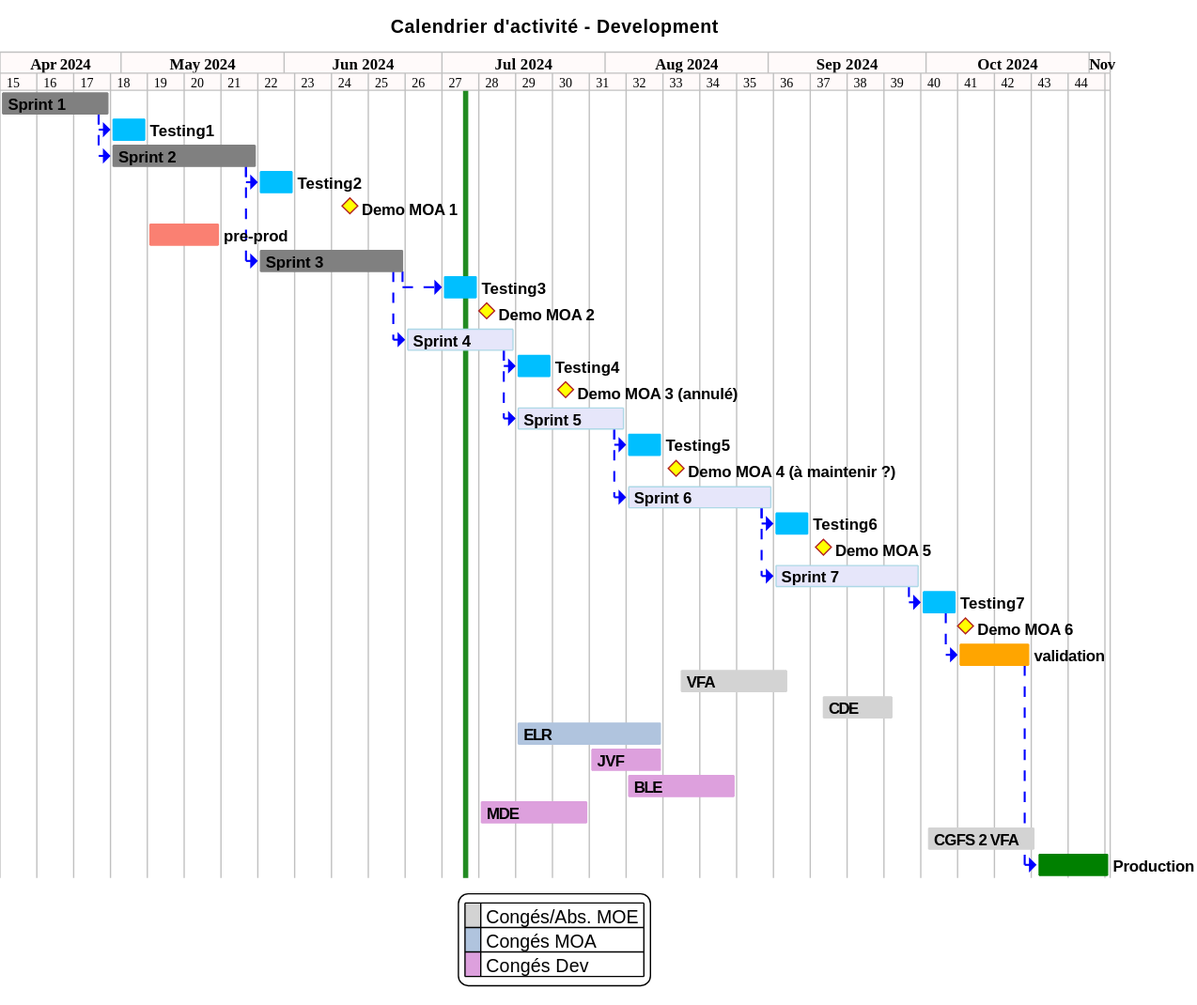
The PlantUML diagram projects/activity-calendar/not/images/refonte-activity-calendar-planning-sprints.svg in sumaris-net/sumaris-doc, before a commit.
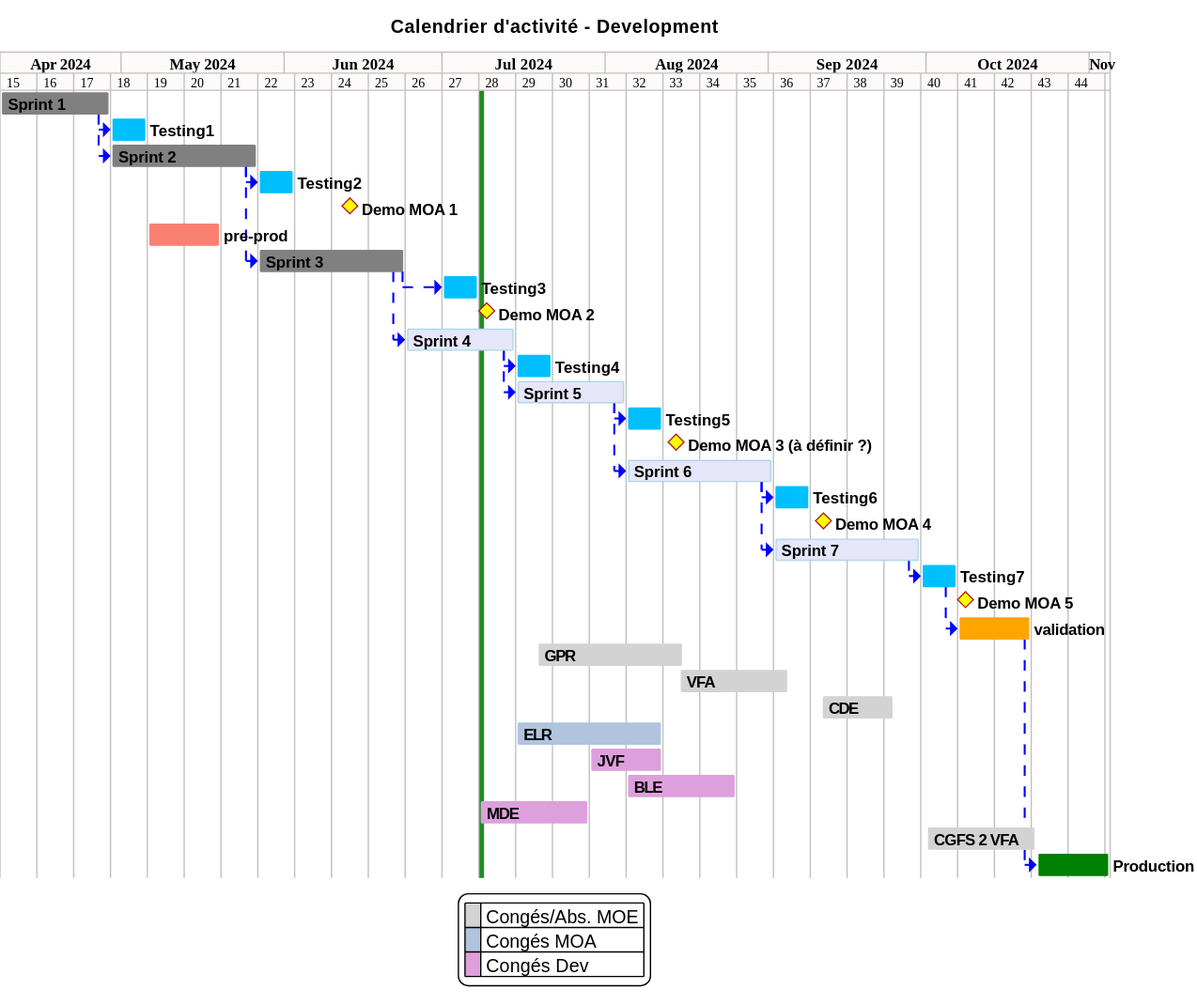
The same file after the commit.

Commit message:
[enh] Update ActiFlot, ObsVentes V2 planning and MOA demo

Change to the diagram source:
```diff
@@ -100,35 +100,37 @@
 [TASK3]->[TASK4]
 [Testing4] requires 1 week
 [TASK4]->[Testing4]
-[Demo MOA 3 (annulé)] happens 3 day after [Testing4]'s end
+
 
 [Sprint 5] as [TASK5] requires 3 weeks
 [TASK5] is colored in Lavender/LightBlue
 [TASK4]->[TASK5]
 [Testing5] requires 1 week and starts the 5th of August 2024
 [TASK5]->[Testing5]
-[Demo MOA 4 (à maintenir ?)] happens 3 day after [Testing5]'s end
+[Demo MOA 3 (à définir ?)] happens 3 day after [Testing5]'s end
 
 [Sprint 6] as [TASK6] requires 4 weeks and starts the 5th of August 2024
 [TASK6] is colored in Lavender/LightBlue
 [TASK5]->[TASK6]
 [Testing6] requires 1 week
 [TASK6]->[Testing6]
-[Demo MOA 5] happens 3 day after [Testing6]'s end
+[Demo MOA 4] happens 3 day after [Testing6]'s end
 
 [Sprint 7] as [TASK7] requires 4 weeks and starts the 2th of September 2024
 [TASK7] is colored in Lavender/LightBlue
 [TASK6]->[TASK7]
 [TASK7]->[Testing7]
 [Testing7] requires 1 week and starts the 22th of September 2024
-[Demo MOA 6] happens 2 day after [Testing7]'s end
+[Demo MOA 5] happens 2 day after [Testing7]'s end
 
 [validation] as [VAL] requires 2 week and starts the 1th of October 2024
 [VAL] is colored in orange
 [Testing7]->[VAL]
 
-[VFA] as [CONG_VFA] requires 3 week and starts the 15th of August 2024 and requires 2 week and starts the 11 of september 2024
+[GPR] as [CONG_GPR] requires 4 week and starts the 19th of July 2024
+[VFA] as [CONG_VFA] requires 3 week and starts the 15th of August 2024
 [CDE] as [CONG_CDE] requires 2 week and starts the 11 of september 2024
+[GPR] is colored in lightgrey
 [VFA] is colored in lightgrey
 [CDE] is colored in lightgrey
 
```
